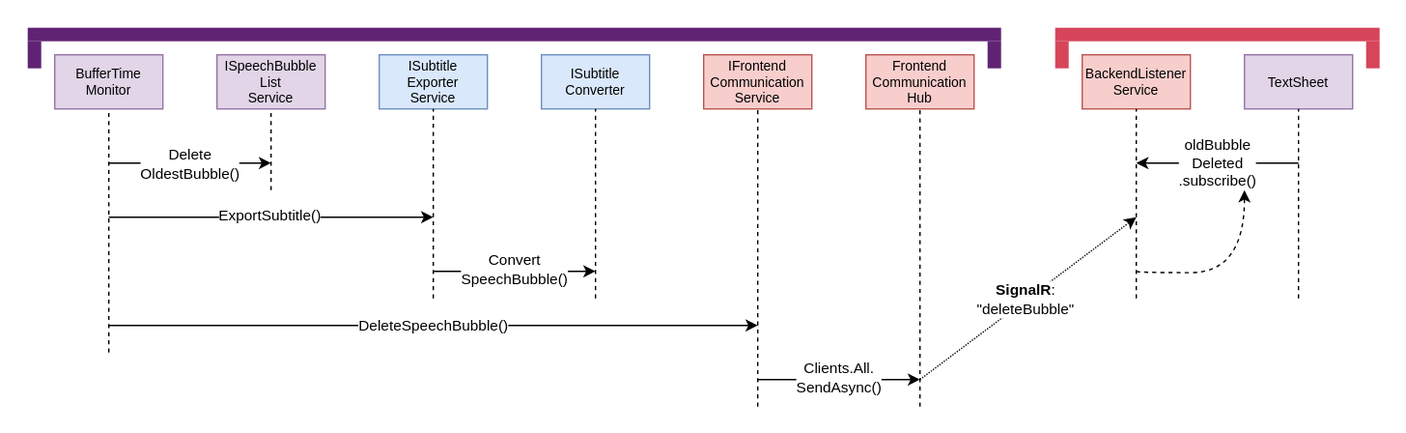
Earlier version of the draw.io export TechnicalDocumentation/arc42/img/Prozess_Subtitle_Export.drawio.svg (Subletic/Documentation). Source tidied: cells renumbered, new cells last; positions are measured from the earlier drawing's top-left corner, leaving out a move shared by most shapes.
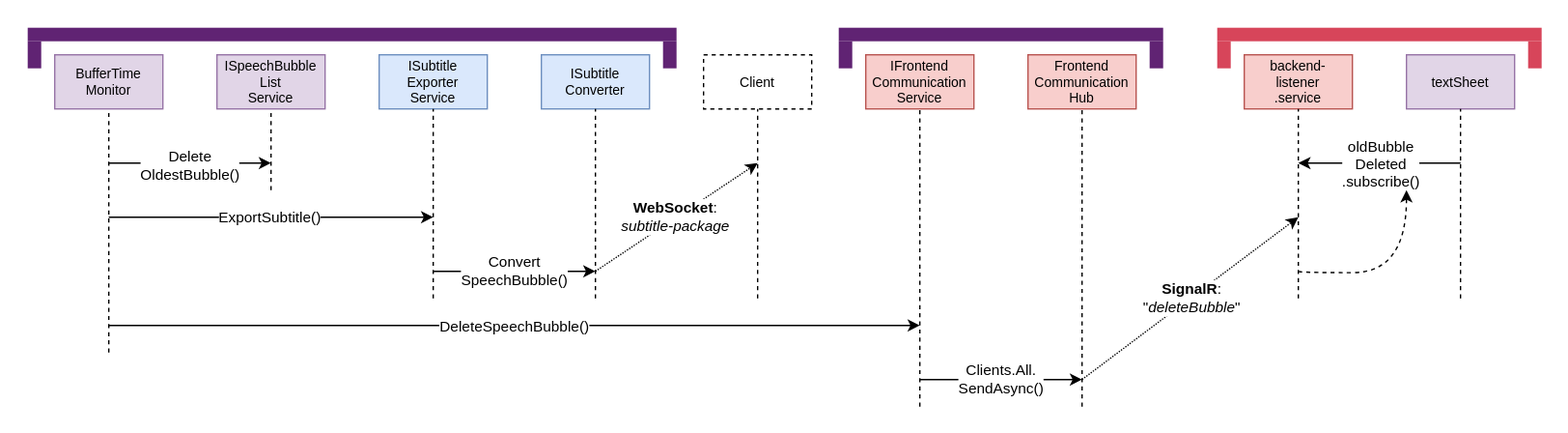
The same file after the commit.

What changed in the source:
```diff
@@ -3,7 +3,7 @@
     <mxCell id="0" />
     <mxCell id="1" parent="0" />
     <mxCell id="2" style="rounded=0;whiteSpace=wrap;html=1;strokeColor=none;" parent="1" vertex="1">
-      <mxGeometry width="1040" height="320" as="geometry" />
+      <mxGeometry width="1160" height="320" as="geometry" />
     </mxCell>
     <mxCell id="3" value="BufferTime&lt;br&gt;Monitor" style="rounded=0;whiteSpace=wrap;html=1;fillColor=#e1d5e7;fontSize=10;strokeColor=#9673a6;" parent="1" vertex="1">
       <mxGeometry x="40" y="40" width="80" height="40" as="geometry" />
@@ -31,17 +31,17 @@
       <mxGeometry x="-0.02" y="-1" relative="1" as="geometry" />
     </mxCell>
     <mxCell id="9" value="IFrontend&lt;br&gt;Communication&lt;br&gt;Service" style="rounded=0;whiteSpace=wrap;html=1;fillColor=#f8cecc;fontSize=10;strokeColor=#b85450;" parent="1" vertex="1">
-      <mxGeometry x="520" y="40" width="80" height="40" as="geometry" />
+      <mxGeometry x="640" y="40" width="80" height="40" as="geometry" />
     </mxCell>
     <mxCell id="10" style="endArrow=none;html=1;rounded=0;dashed=1;entryX=0.5;entryY=1;entryDx=0;entryDy=0;" parent="1" edge="1" target="9">
       <mxGeometry relative="1" as="geometry">
-        <mxPoint x="560" y="300" as="sourcePoint" />
+        <mxPoint x="680" y="300" as="sourcePoint" />
       </mxGeometry>
     </mxCell>
     <mxCell id="11" style="endArrow=classic;html=1;rounded=0;" parent="1" edge="1">
       <mxGeometry relative="1" as="geometry">
         <mxPoint x="80" y="240" as="sourcePoint" />
-        <mxPoint x="560" y="240" as="targetPoint" />
+        <mxPoint x="680" y="240" as="targetPoint" />
       </mxGeometry>
     </mxCell>
     <mxCell id="12" value="DeleteSpeechBubble()" style="edgeLabel;html=1;align=center;verticalAlign=middle;" parent="11" vertex="1">
@@ -50,51 +50,53 @@
       </mxGeometry>
     </mxCell>
     <mxCell id="13" value="Frontend&lt;br&gt;Communication&lt;br&gt;Hub" style="rounded=0;whiteSpace=wrap;html=1;fillColor=#f8cecc;fontSize=10;strokeColor=#b85450;" parent="1" vertex="1">
-      <mxGeometry x="640" y="40" width="80" height="40" as="geometry" />
+      <mxGeometry x="760" y="40" width="80" height="40" as="geometry" />
     </mxCell>
     <mxCell id="14" style="endArrow=none;html=1;rounded=0;dashed=1;entryX=0.5;entryY=1;entryDx=0;entryDy=0;" parent="1" edge="1" target="13">
       <mxGeometry relative="1" as="geometry">
-        <mxPoint x="680" y="300" as="sourcePoint" />
+        <mxPoint x="800" y="300" as="sourcePoint" />
       </mxGeometry>
     </mxCell>
     <mxCell id="15" style="endArrow=classic;html=1;rounded=0;" parent="1" edge="1">
       <mxGeometry relative="1" as="geometry">
-        <mxPoint x="560" y="280" as="sourcePoint" />
-        <mxPoint x="680" y="280" as="targetPoint" />
+        <mxPoint x="680" y="280" as="sourcePoint" />
+        <mxPoint x="800" y="280" as="targetPoint" />
       </mxGeometry>
     </mxCell>
     <mxCell id="16" value="Clients.All.&lt;br&gt;SendAsync()" style="edgeLabel;html=1;align=center;verticalAlign=middle;" parent="15" vertex="1">
       <mxGeometry x="-0.01" y="1" relative="1" as="geometry" />
     </mxCell>
-    <mxCell id="17" value="BackendListener&lt;br&gt;Service" style="rounded=0;whiteSpace=wrap;html=1;fillColor=#f8cecc;fontSize=10;strokeColor=#b85450;" parent="1" vertex="1">
-      <mxGeometry x="800" y="40" width="80" height="40" as="geometry" />
+    <mxCell id="17" value="backend-&lt;br&gt;listener&lt;br&gt;.service" style="rounded=0;whiteSpace=wrap;html=1;fillColor=#f8cecc;fontSize=10;strokeColor=#b85450;" parent="1" vertex="1">
+      <mxGeometry x="920" y="40" width="80" height="40" as="geometry" />
     </mxCell>
     <mxCell id="18" style="endArrow=none;html=1;rounded=0;dashed=1;entryX=0.5;entryY=1;entryDx=0;entryDy=0;" parent="1" edge="1" target="17">
       <mxGeometry relative="1" as="geometry">
-        <mxPoint x="840" y="220" as="sourcePoint" />
+        <mxPoint x="960" y="220" as="sourcePoint" />
       </mxGeometry>
     </mxCell>
     <mxCell id="19" style="endArrow=classic;html=1;rounded=0;dashed=1;dashPattern=1 1;" parent="1" edge="1">
       <mxGeometry relative="1" as="geometry">
-        <mxPoint x="680" y="280" as="sourcePoint" />
-        <mxPoint x="840" y="160" as="targetPoint" />
+        <mxPoint x="800" y="280" as="sourcePoint" />
+        <mxPoint x="960" y="160" as="targetPoint" />
       </mxGeometry>
     </mxCell>
-    <mxCell id="20" value="&lt;b&gt;SignalR&lt;/b&gt;:&lt;br&gt;&quot;deleteBubble&quot;" style="edgeLabel;html=1;align=center;verticalAlign=middle;" parent="19" vertex="1">
-      <mxGeometry x="-0.01" y="1" relative="1" as="geometry" />
+    <mxCell id="20" value="&lt;b&gt;SignalR&lt;/b&gt;:&lt;br&gt;&quot;&lt;i&gt;deleteBubble&lt;/i&gt;&quot;" style="edgeLabel;html=1;align=center;verticalAlign=middle;" parent="19" vertex="1">
+      <mxGeometry x="-0.01" y="1" relative="1" as="geometry">
+        <mxPoint x="2" as="offset" />
+      </mxGeometry>
     </mxCell>
-    <mxCell id="21" value="TextSheet" style="rounded=0;whiteSpace=wrap;html=1;fillColor=#e1d5e7;fontSize=10;strokeColor=#9673a6;" parent="1" vertex="1">
-      <mxGeometry x="920" y="40" width="80" height="40" as="geometry" />
+    <mxCell id="21" value="textSheet" style="rounded=0;whiteSpace=wrap;html=1;fillColor=#e1d5e7;fontSize=10;strokeColor=#9673a6;" parent="1" vertex="1">
+      <mxGeometry x="1040" y="40" width="80" height="40" as="geometry" />
     </mxCell>
     <mxCell id="22" style="endArrow=none;html=1;rounded=0;dashed=1;entryX=0.5;entryY=1;entryDx=0;entryDy=0;" parent="1" edge="1" target="21">
       <mxGeometry relative="1" as="geometry">
-        <mxPoint x="960" y="220" as="sourcePoint" />
+        <mxPoint x="1080" y="220" as="sourcePoint" />
       </mxGeometry>
     </mxCell>
     <mxCell id="23" style="endArrow=classic;html=1;rounded=0;" parent="1" edge="1">
       <mxGeometry relative="1" as="geometry">
-        <mxPoint x="960" y="120" as="sourcePoint" />
-        <mxPoint x="840" y="120" as="targetPoint" />
+        <mxPoint x="1080" y="120" as="sourcePoint" />
+        <mxPoint x="960" y="120" as="targetPoint" />
       </mxGeometry>
     </mxCell>
     <mxCell id="24" value="oldBubble&lt;br&gt;Deleted&lt;br&gt;.subscribe()" style="edgeLabel;html=1;align=center;verticalAlign=middle;" parent="23" vertex="1">
@@ -104,11 +106,11 @@
     </mxCell>
     <mxCell id="25" style="endArrow=classic;html=1;rounded=0;dashed=1;edgeStyle=orthogonalEdgeStyle;curved=1;" parent="1" edge="1">
       <mxGeometry relative="1" as="geometry">
-        <mxPoint x="840" y="200" as="sourcePoint" />
-        <mxPoint x="920" y="140" as="targetPoint" />
+        <mxPoint x="960" y="200" as="sourcePoint" />
+        <mxPoint x="1040" y="140" as="targetPoint" />
         <Array as="points">
-          <mxPoint x="840" y="201" />
-          <mxPoint x="920" y="201" />
+          <mxPoint x="960" y="201" />
+          <mxPoint x="1040" y="201" />
         </Array>
       </mxGeometry>
     </mxCell>
@@ -116,19 +118,19 @@
       <mxGeometry x="20" y="30" width="10" height="20" as="geometry" />
     </mxCell>
     <mxCell id="27" style="rounded=0;whiteSpace=wrap;html=1;strokeColor=none;fillColor=#602373;" parent="1" vertex="1">
-      <mxGeometry x="20" y="20" width="720" height="10" as="geometry" />
+      <mxGeometry x="20" y="20" width="480" height="10" as="geometry" />
     </mxCell>
     <mxCell id="28" style="rounded=0;whiteSpace=wrap;html=1;strokeColor=none;fillColor=#602373;" parent="1" vertex="1">
-      <mxGeometry x="730" y="30" width="10" height="20" as="geometry" />
+      <mxGeometry x="490" y="30" width="10" height="20" as="geometry" />
     </mxCell>
     <mxCell id="29" style="rounded=0;whiteSpace=wrap;html=1;strokeColor=none;fillColor=#d7455a;" parent="1" vertex="1">
-      <mxGeometry x="780" y="30" width="10" height="20" as="geometry" />
+      <mxGeometry x="900" y="30" width="10" height="20" as="geometry" />
     </mxCell>
     <mxCell id="30" style="rounded=0;whiteSpace=wrap;html=1;strokeColor=none;fillColor=#d7455a;" parent="1" vertex="1">
-      <mxGeometry x="780" y="20" width="240" height="10" as="geometry" />
+      <mxGeometry x="900" y="20" width="240" height="10" as="geometry" />
     </mxCell>
     <mxCell id="31" style="rounded=0;whiteSpace=wrap;html=1;strokeColor=none;fillColor=#d7455a;" parent="1" vertex="1">
-      <mxGeometry x="1010" y="30" width="10" height="20" as="geometry" />
+      <mxGeometry x="1130" y="30" width="10" height="20" as="geometry" />
     </mxCell>
     <mxCell id="32" value="ISubtitle&lt;br&gt;Exporter&lt;br&gt;Service" style="rounded=0;whiteSpace=wrap;html=1;fillColor=#dae8fc;fontSize=10;strokeColor=#6c8ebf;" parent="1" vertex="1">
       <mxGeometry x="280" y="40" width="80" height="40" as="geometry" />
@@ -164,5 +166,31 @@
     <mxCell id="39" value="Convert&lt;br&gt;SpeechBubble()" style="edgeLabel;html=1;align=center;verticalAlign=middle;" parent="38" vertex="1">
       <mxGeometry x="-0.01" y="1" relative="1" as="geometry" />
     </mxCell>
+    <mxCell id="40" value="Client" style="rounded=0;whiteSpace=wrap;html=1;fillColor=none;fontSize=10;strokeColor=#000000;dashed=1;" parent="1" vertex="1">
+      <mxGeometry x="520" y="40" width="80" height="40" as="geometry" />
+    </mxCell>
+    <mxCell id="41" style="endArrow=none;html=1;rounded=0;dashed=1;entryX=0.5;entryY=1;entryDx=0;entryDy=0;" parent="1" edge="1" target="40">
+      <mxGeometry relative="1" as="geometry">
+        <mxPoint x="560" y="220" as="sourcePoint" />
+      </mxGeometry>
+    </mxCell>
+    <mxCell id="42" style="endArrow=classic;html=1;rounded=0;dashed=1;dashPattern=1 1;" parent="1" edge="1">
+      <mxGeometry relative="1" as="geometry">
+        <mxPoint x="440" y="200" as="sourcePoint" />
+        <mxPoint x="560" y="120" as="targetPoint" />
+      </mxGeometry>
+    </mxCell>
+    <mxCell id="43" value="&lt;b&gt;WebSocket&lt;/b&gt;:&lt;br&gt;&lt;i&gt;subtitle-package&lt;/i&gt;" style="edgeLabel;html=1;align=center;verticalAlign=middle;" parent="42" vertex="1">
+      <mxGeometry x="-0.01" y="1" relative="1" as="geometry" />
+    </mxCell>
+    <mxCell id="44" style="rounded=0;whiteSpace=wrap;html=1;strokeColor=none;fillColor=#602373;" parent="1" vertex="1">
+      <mxGeometry x="620" y="30" width="10" height="20" as="geometry" />
+    </mxCell>
+    <mxCell id="45" style="rounded=0;whiteSpace=wrap;html=1;strokeColor=none;fillColor=#602373;" parent="1" vertex="1">
+      <mxGeometry x="850" y="30" width="10" height="20" as="geometry" />
+    </mxCell>
+    <mxCell id="46" style="rounded=0;whiteSpace=wrap;html=1;strokeColor=none;fillColor=#602373;" parent="1" vertex="1">
+      <mxGeometry x="620" y="20" width="240" height="10" as="geometry" />
+    </mxCell>
   </root>
 </mxGraphModel>
```
